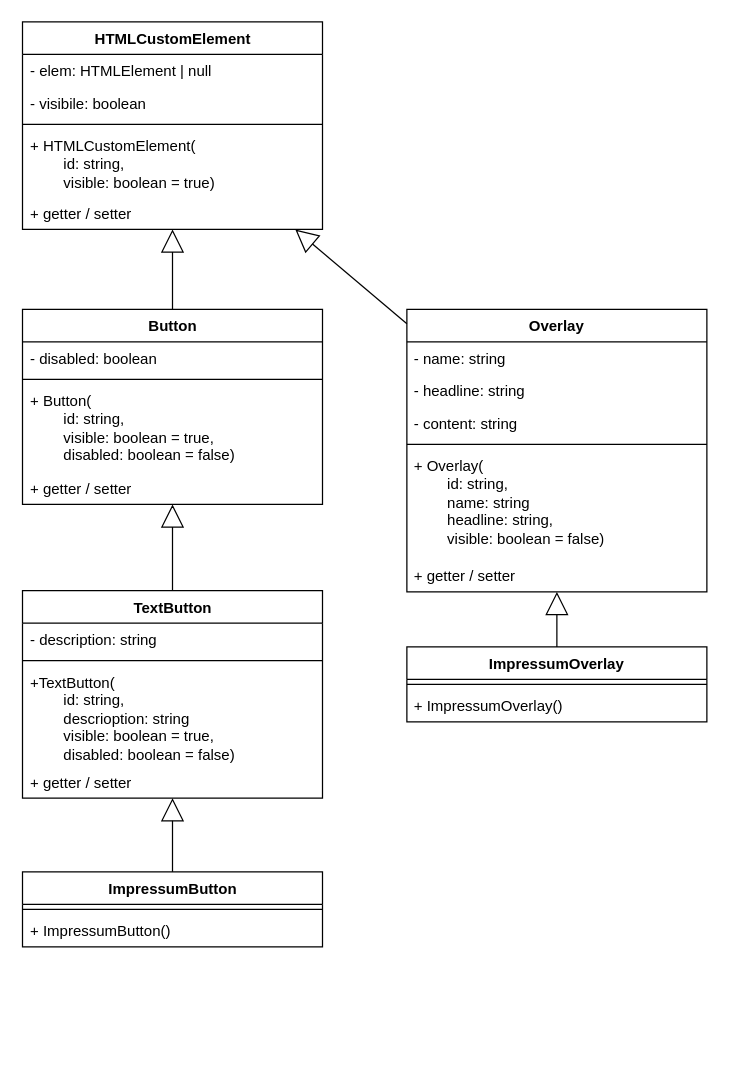
Earlier version of the draw.io diagram docs/issue/75-diagram.drawio (elma1989/sharkie). Source tidied: cells renumbered, new cells numbered last; positions are measured from the earlier drawing's top-left corner, leaving out a move shared by most shapes. Both pictures are drawn from the tidied source at 125%, with x=0, y=0 at pixel (22, 21).
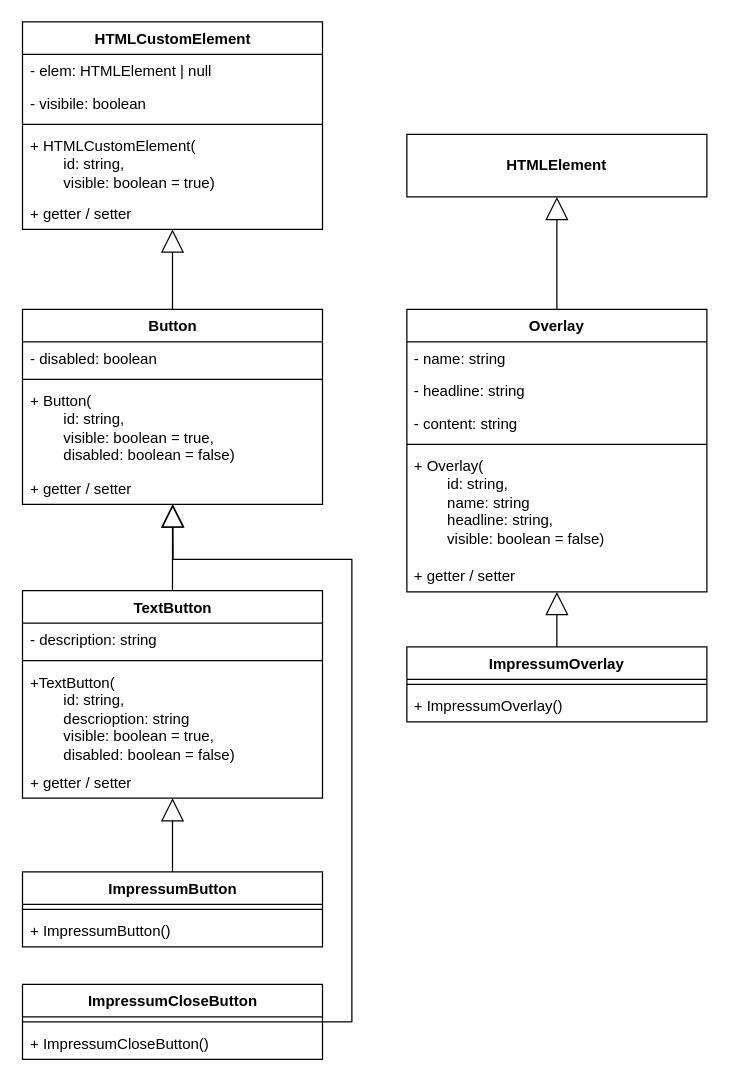
Above is the later version.

Unchanged cells that the change refers to:
```xml
<mxCell id="2" value="HTMLCustomElement" style="swimlane;fontStyle=1;align=center;verticalAlign=top;horizontal=1;startSize=26;whiteSpace=wrap;html=1;" parent="1" vertex="1">
  <mxGeometry x="-0.5" width="240" height="166" as="geometry" />
</mxCell>
<mxCell id="8" value="Button" style="swimlane;fontStyle=1;align=center;verticalAlign=top;horizontal=1;startSize=26;whiteSpace=wrap;html=1;" parent="1" vertex="1">
  <mxGeometry x="-0.5" y="230" width="240" height="156" as="geometry" />
</mxCell>
<mxCell id="24" value="Overlay" style="swimlane;fontStyle=1;align=center;verticalAlign=top;horizontal=1;startSize=26;whiteSpace=wrap;html=1;" parent="1" vertex="1">
  <mxGeometry x="307" y="230" width="240" height="226" as="geometry" />
</mxCell>
```

Diff of the diagram source:
```diff
@@
-    <mxCell id="31" style="endArrow=block;endSize=16;endFill=0;html=1;rounded=0;" parent="1" edge="1" source="24" target="2">
+    <mxCell id="31" style="endArrow=block;endSize=16;endFill=0;html=1;rounded=0;" parent="1" edge="1" source="24" target="40">
       <mxGeometry relative="1" as="geometry" />
     </mxCell>
@@
+    <mxCell id="36" value="ImpressumCloseButton" style="swimlane;fontStyle=1;align=center;verticalAlign=top;horizontal=1;startSize=26;whiteSpace=wrap;html=1;" parent="1" vertex="1">
+      <mxGeometry x="-0.5" y="770" width="240" height="60" as="geometry" />
+    </mxCell>
+    <mxCell id="37" style="line;strokeWidth=1;fillColor=none;align=left;verticalAlign=middle;spacingTop=-1;spacingLeft=3;spacingRight=3;labelPosition=right;strokeColor=inherit;" parent="36" vertex="1">
+      <mxGeometry y="26" width="240" height="8" as="geometry" />
+    </mxCell>
+    <mxCell id="38" value="+ ImpressumCloseButton()" style="text;strokeColor=none;fillColor=none;align=left;verticalAlign=top;spacingLeft=4;spacingRight=4;overflow=hidden;whiteSpace=wrap;html=1;" parent="36" vertex="1">
+      <mxGeometry y="34" width="240" height="26" as="geometry" />
+    </mxCell>
+    <mxCell id="39" style="endArrow=block;endSize=16;endFill=0;html=1;rounded=0;" parent="1" edge="1" source="36" target="8">
+      <mxGeometry relative="1" as="geometry">
+        <Array as="points">
+          <mxPoint x="263" y="800" />
+          <mxPoint x="263" y="430" />
+          <mxPoint x="120" y="430" />
+        </Array>
+      </mxGeometry>
+    </mxCell>
+    <mxCell id="40" value="&lt;b&gt;HTMLElement&lt;/b&gt;" style="html=1;whiteSpace=wrap;" parent="1" vertex="1">
+      <mxGeometry x="307" y="90" width="240" height="50" as="geometry" />
+    </mxCell>
```
